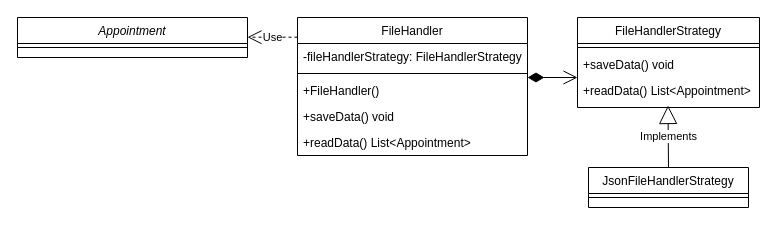
Before: doc/FileHandler/UML_File_Handler_Class_Diagram.drawio in gmenendez0/Calendar, a draw.io diagram. Source tidied: cells renumbered, new cells numbered last; positions are measured from the earlier drawing's top-left corner, leaving out a move shared by most shapes. Both pictures are drawn from the tidied source at 100%, with x=0, y=0 at pixel (17, 17).
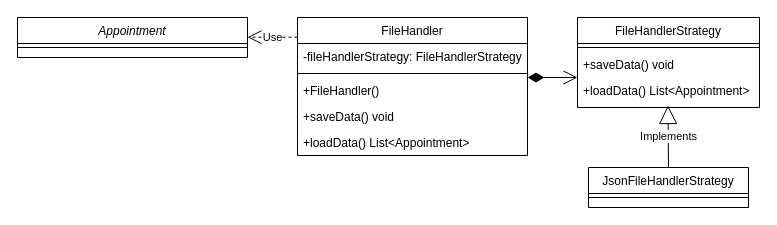
The same diagram, later.

Unchanged cells that the change refers to:
```xml
<mxCell id="2" value="FileHandler" style="swimlane;fontStyle=0;align=center;verticalAlign=top;horizontal=1;startSize=26;rounded=0;shadow=0;strokeWidth=1;" parent="1" vertex="1">
  <mxGeometry x="280" width="230" height="138" as="geometry" />
</mxCell>
<mxCell id="10" value="FileHandlerStrategy" style="swimlane;fontStyle=0;align=center;verticalAlign=top;horizontal=1;startSize=26;rounded=0;shadow=0;strokeWidth=1;" parent="1" vertex="1">
  <mxGeometry x="560" width="182" height="90" as="geometry" />
</mxCell>
```

Change to the diagram source:
```diff
@@
-    <mxCell id="7" value="+readData() List&lt;Appointment&gt;" style="text;align=left;verticalAlign=top;spacingLeft=4;spacingRight=4;overflow=hidden;" parent="2" vertex="1">
+    <mxCell id="7" value="+loadData() List&lt;Appointment&gt;" style="text;align=left;verticalAlign=top;spacingLeft=4;spacingRight=4;overflow=hidden;" parent="2" vertex="1">
       <mxGeometry y="112" width="230" height="26" as="geometry" />
     </mxCell>
@@
-    <mxCell id="13" value="+readData() List&lt;Appointment&gt;" style="text;align=left;verticalAlign=top;spacingLeft=4;spacingRight=4;overflow=hidden;" parent="10" vertex="1">
+    <mxCell id="13" value="+loadData() List&lt;Appointment&gt;" style="text;align=left;verticalAlign=top;spacingLeft=4;spacingRight=4;overflow=hidden;" parent="10" vertex="1">
       <mxGeometry y="60" width="182" height="26" as="geometry" />
     </mxCell>
```
